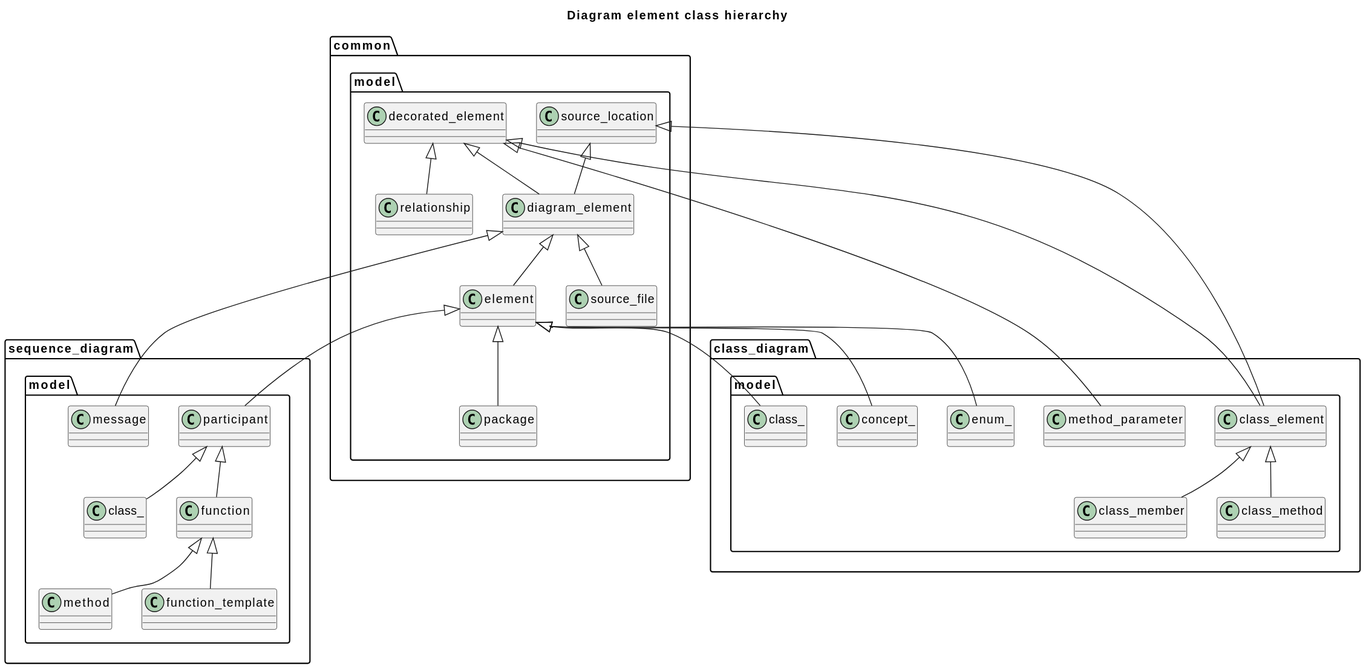
bkryza/clang-uml-examples keeps this PlantUML diagram as clang-uml/diagrams/diagram_element_hierarchy_class.svg. Above is the earlier version. The source it was exported from:
```plantuml
@startuml
title Diagram element class hierarchy
package [common] as C_0000316605034920222648 {
package [model] as C_0000083721806430512831 {
class "decorated_element" as C_0001117102382624673118
class C_0001117102382624673118 [[classclanguml_1_1common_1_1model_1_1decorated__element.html{Base class for decorated diagram elements}]] {
__
}
class "source_location" as C_0000895261582183440230
class C_0000895261582183440230 [[classclanguml_1_1common_1_1model_1_1source__location.html{Base class of all diagram elements that have source location.}]] {
__
}
class "relationship" as C_0002046336758797367926
class C_0002046336758797367926 [[classclanguml_1_1common_1_1model_1_1relationship.html{Class representing any relationship other than inheritance}]] {
__
}
class "diagram_element" as C_0001073500714379115414
class C_0001073500714379115414 [[classclanguml_1_1common_1_1model_1_1diagram__element.html{Base class for standalone diagram elements.}]] {
__
}
class "element" as C_0002069520381434407937
class C_0002069520381434407937 [[classclanguml_1_1common_1_1model_1_1element.html{Base class for any element qualified by namespace.}]] {
__
}
class "source_file" as C_0000785714713072053129
class C_0000785714713072053129 [[classclanguml_1_1common_1_1model_1_1source__file.html{Diagram element representing some file or directory.}]] {
__
}
class "package" as C_0002143286684830686854
class C_0002143286684830686854 [[classclanguml_1_1common_1_1model_1_1package.html{Diagram element representing namespace or directory package}]] {
__
}
}
}
package [class_diagram] as C_0002240167036201725606 {
package [model] as C_0000897124234964432620 {
class "class_element" as C_0000605866861866358037
class C_0000605866861866358037 [[classclanguml_1_1class__diagram_1_1model_1_1class__element.html{Base class for class elements (e.g. member or method).}]] {
__
}
class "class_member" as C_0001796282762108527255
class C_0001796282762108527255 [[classclanguml_1_1class__diagram_1_1model_1_1class__member.html{Class member model.}]] {
__
}
class "method_parameter" as C_0000605669033368926050
class C_0000605669033368926050 [[classclanguml_1_1class__diagram_1_1model_1_1method__parameter.html{Model of a method parameter.}]] {
__
}
class "class_method" as C_0000204145716468348671
class C_0000204145716468348671 [[classclanguml_1_1class__diagram_1_1model_1_1class__method.html{Class method model.}]] {
__
}
class "class_" as C_0001292034357466653182
class C_0001292034357466653182 [[classclanguml_1_1class__diagram_1_1model_1_1class__.html{Diagram element representing a class or class template.}]] {
__
}
class "enum_" as C_0000724392977093650506
class C_0000724392977093650506 [[classclanguml_1_1class__diagram_1_1model_1_1enum__.html{enum_}]] {
__
}
class "concept_" as C_0001374849051752224500
class C_0001374849051752224500 [[classclanguml_1_1class__diagram_1_1model_1_1concept__.html{Model of C++ concept.}]] {
__
}
}
}
package [sequence_diagram] as C_0001521862840957629236 {
package [model] as C_0002206969880830639264 {
class "participant" as C_0001400215772842495226
class C_0001400215772842495226 [[structclanguml_1_1sequence__diagram_1_1model_1_1participant.html{Base class for various types of sequence diagram participants}]] {
__
}
class "class_" as C_0000885514871619471610
class C_0000885514871619471610 [[structclanguml_1_1sequence__diagram_1_1model_1_1class__.html{Sequence diagram participant representing a class.}]] {
__
}
class "function" as C_0000232638456031681828
class C_0000232638456031681828 [[structclanguml_1_1sequence__diagram_1_1model_1_1function.html{Participant mode representing a free function.}]] {
__
}
class "method" as C_0000817665972547784504
class C_0000817665972547784504 [[structclanguml_1_1sequence__diagram_1_1model_1_1method.html{Participant model representing a method}]] {
__
}
class "function_template" as C_0002280191967493310558
class C_0002280191967493310558 [[structclanguml_1_1sequence__diagram_1_1model_1_1function__template.html{Participant model representing a function template.}]] {
__
}
class "message" as C_0002228653068706235818
class C_0002228653068706235818 [[classclanguml_1_1sequence__diagram_1_1model_1_1message.html{Model of a sequence diagram message.}]] {
__
}
}
}
C_0001117102382624673118 <|-- C_0002046336758797367926
C_0001117102382624673118 <|-- C_0001073500714379115414
C_0000895261582183440230 <|-- C_0001073500714379115414
C_0001073500714379115414 <|-- C_0002069520381434407937
C_0001073500714379115414 <|-- C_0000785714713072053129
C_0002069520381434407937 <|-- C_0002143286684830686854
C_0001117102382624673118 <|-- C_0000605866861866358037
C_0000895261582183440230 <|-- C_0000605866861866358037
C_0000605866861866358037 <|-- C_0001796282762108527255
C_0001117102382624673118 <|-- C_0000605669033368926050
C_0000605866861866358037 <|-- C_0000204145716468348671
C_0002069520381434407937 <|-- C_0001292034357466653182
C_0002069520381434407937 <|-- C_0000724392977093650506
C_0002069520381434407937 <|-- C_0001374849051752224500
C_0002069520381434407937 <|-- C_0001400215772842495226
C_0001400215772842495226 <|-- C_0000885514871619471610
C_0001400215772842495226 <|-- C_0000232638456031681828
C_0000232638456031681828 <|-- C_0000817665972547784504
C_0000232638456031681828 <|-- C_0002280191967493310558
C_0001073500714379115414 <|-- C_0002228653068706235818

@enduml
```
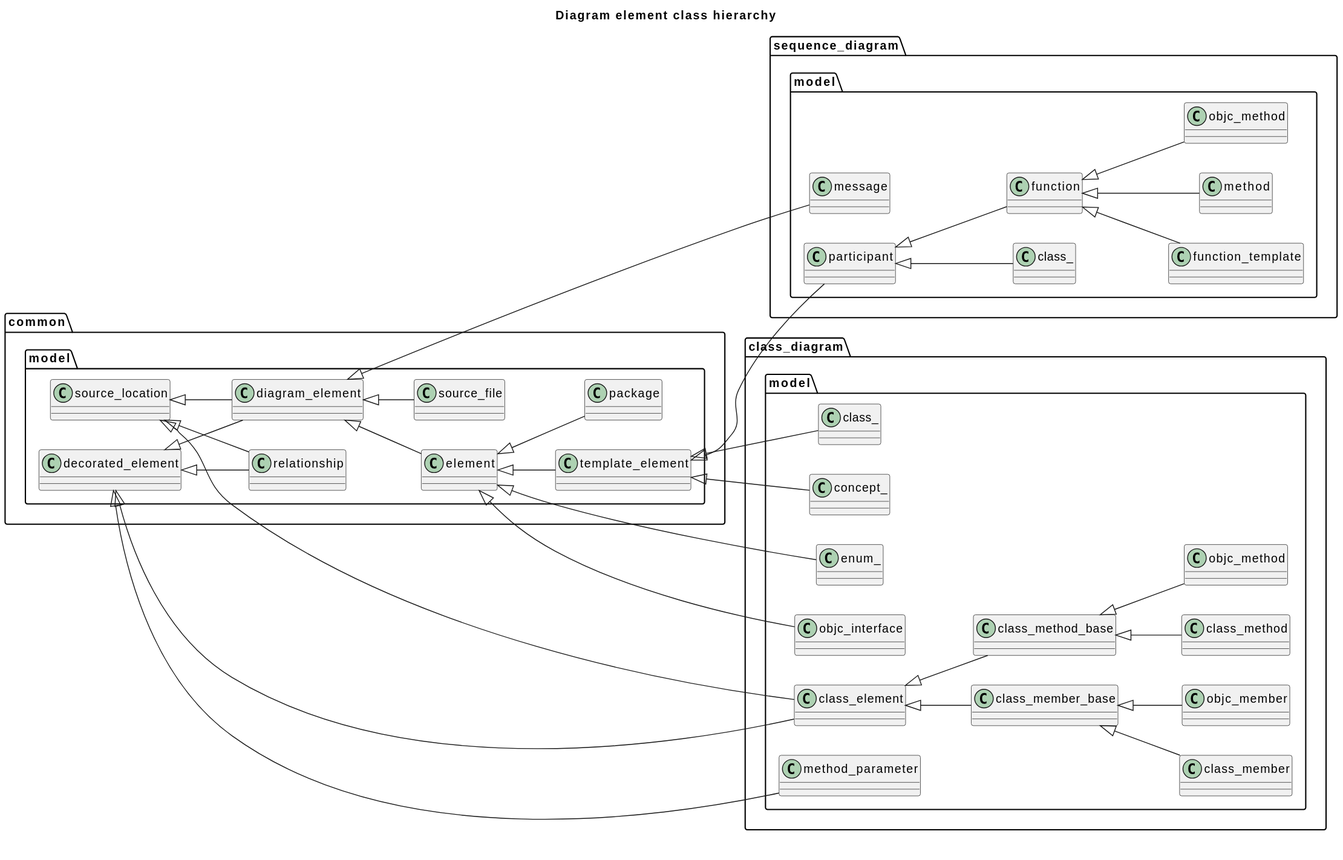
Above is the later version.

The edit, as a diff of the source:
```diff
@@ -1,116 +1,153 @@
 @startuml
 title Diagram element class hierarchy
-package [common] as C_0000316605034920222648 {
-package [model] as C_0000083721806430512831 {
-class "decorated_element" as C_0001117102382624673118
-class C_0001117102382624673118 [[classclanguml_1_1common_1_1model_1_1decorated__element.html{Base class for decorated diagram elements}]] {
+left to right direction
+package [common] as C_0002532840279361781187 {
+package [model] as C_0000669774451444102653 {
+class "source_location" as C_0007162092657467521843
+class C_0007162092657467521843 [[classclanguml_1_1common_1_1model_1_1source__location.html{Base class of all diagram elements that have source location.}]] {
 __
 }
-class "source_location" as C_0000895261582183440230
-class C_0000895261582183440230 [[classclanguml_1_1common_1_1model_1_1source__location.html{Base class of all diagram elements that have source location.}]] {
+class "decorated_element" as C_0008936819060997384951
+class C_0008936819060997384951 [[classclanguml_1_1common_1_1model_1_1decorated__element.html{Base class for decorated diagram elements}]] {
 __
 }
-class "relationship" as C_0002046336758797367926
-class C_0002046336758797367926 [[classclanguml_1_1common_1_1model_1_1relationship.html{Class representing any relationship other than inheritance}]] {
+class "relationship" as C_0016370694070378943411
+class C_0016370694070378943411 [[classclanguml_1_1common_1_1model_1_1relationship.html{Class representing any relationship other than inheritance}]] {
 __
 }
-class "diagram_element" as C_0001073500714379115414
-class C_0001073500714379115414 [[classclanguml_1_1common_1_1model_1_1diagram__element.html{Base class for standalone diagram elements.}]] {
+class "diagram_element" as C_0008588005715032923314
+class C_0008588005715032923314 [[classclanguml_1_1common_1_1model_1_1diagram__element.html{Base class for standalone diagram elements.}]] {
 __
 }
-class "element" as C_0002069520381434407937
-class C_0002069520381434407937 [[classclanguml_1_1common_1_1model_1_1element.html{Base class for any element qualified by namespace.}]] {
+class "element" as C_0016556163051475263500
+class C_0016556163051475263500 [[classclanguml_1_1common_1_1model_1_1element.html{Base class for any element qualified by namespace.}]] {
 __
 }
-class "source_file" as C_0000785714713072053129
-class C_0000785714713072053129 [[classclanguml_1_1common_1_1model_1_1source__file.html{Diagram element representing some file or directory.}]] {
+class "template_element" as C_0013384831159811298387
+class C_0013384831159811298387 [[classclanguml_1_1common_1_1model_1_1template__element.html{Base class for any element qualified by namespace.}]] {
 __
 }
-class "package" as C_0002143286684830686854
-class C_0002143286684830686854 [[classclanguml_1_1common_1_1model_1_1package.html{Diagram element representing namespace or directory package}]] {
+class "source_file" as C_0006285717704576425038
+class C_0006285717704576425038 [[classclanguml_1_1common_1_1model_1_1source__file.html{Diagram element representing some file or directory.}]] {
+__
+}
+class "package" as C_0017146293478645494837
+class C_0017146293478645494837 [[classclanguml_1_1common_1_1model_1_1package.html{Diagram element representing namespace or directory package}]] {
 __
 }
 }
 }
-package [class_diagram] as C_0002240167036201725606 {
-package [model] as C_0000897124234964432620 {
-class "class_element" as C_0000605866861866358037
-class C_0000605866861866358037 [[classclanguml_1_1class__diagram_1_1model_1_1class__element.html{Base class for class elements (e.g. member or method).}]] {
+package [class_diagram] as C_0017921336289613804855 {
+package [model] as C_0007176993879715460962 {
+class "class_element" as C_0004846934894930864299
+class C_0004846934894930864299 [[classclanguml_1_1class__diagram_1_1model_1_1class__element.html{Base class for class elements (e.g. member or method).}]] {
 __
 }
-class "class_member" as C_0001796282762108527255
-class C_0001796282762108527255 [[classclanguml_1_1class__diagram_1_1model_1_1class__member.html{Class member model.}]] {
+class "class_member_base" as C_0014241292626575163322
+class C_0014241292626575163322 [[classclanguml_1_1class__diagram_1_1model_1_1class__member__base.html{Generic class member model.}]] {
 __
 }
-class "method_parameter" as C_0000605669033368926050
-class C_0000605669033368926050 [[classclanguml_1_1class__diagram_1_1model_1_1method__parameter.html{Model of a method parameter.}]] {
+class "class_member" as C_0014370262096868218046
+class C_0014370262096868218046 [[classclanguml_1_1class__diagram_1_1model_1_1class__member.html{Class member model.}]] {
 __
 }
-class "class_method" as C_0000204145716468348671
-class C_0000204145716468348671 [[classclanguml_1_1class__diagram_1_1model_1_1class__method.html{Class method model.}]] {
+class "method_parameter" as C_0004845352266951408403
+class C_0004845352266951408403 [[classclanguml_1_1class__diagram_1_1model_1_1method__parameter.html{Model of a method parameter.}]] {
 __
 }
-class "class_" as C_0001292034357466653182
-class C_0001292034357466653182 [[classclanguml_1_1class__diagram_1_1model_1_1class__.html{Diagram element representing a class or class template.}]] {
+class "class_method_base" as C_0018032026899693266441
+class C_0018032026899693266441 [[classclanguml_1_1class__diagram_1_1model_1_1class__method__base.html{Class method model.}]] {
 __
 }
-class "enum_" as C_0000724392977093650506
-class C_0000724392977093650506 [[classclanguml_1_1class__diagram_1_1model_1_1enum__.html{enum_}]] {
+class "class_method" as C_0001633165731746789371
+class C_0001633165731746789371 [[classclanguml_1_1class__diagram_1_1model_1_1class__method.html{Class method model.}]] {
 __
 }
-class "concept_" as C_0001374849051752224500
-class C_0001374849051752224500 [[classclanguml_1_1class__diagram_1_1model_1_1concept__.html{Model of C++ concept.}]] {
+class "class_" as C_0010336274859733225462
+class C_0010336274859733225462 [[classclanguml_1_1class__diagram_1_1model_1_1class__.html{Diagram element representing a class or class template.}]] {
+__
+}
+class "concept_" as C_0010998792414017796003
+class C_0010998792414017796003 [[classclanguml_1_1class__diagram_1_1model_1_1concept__.html{Model of C++ concept.}]] {
+__
+}
+class "enum_" as C_0005795143816749204050
+class C_0005795143816749204050 [[classclanguml_1_1class__diagram_1_1model_1_1enum__.html{Diagram element representing an enum.}]] {
+__
+}
+class "objc_member" as C_0007364672229966928495
+class C_0007364672229966928495 [[classclanguml_1_1class__diagram_1_1model_1_1objc__member.html{ObjC class member model.}]] {
+__
+}
+class "objc_method" as C_0002175636676684225778
+class C_0002175636676684225778 [[classclanguml_1_1class__diagram_1_1model_1_1objc__method.html{ObjC class method model.}]] {
+__
+}
+class "objc_interface" as C_0010166346108406727066
+class C_0010166346108406727066 [[classclanguml_1_1class__diagram_1_1model_1_1objc__interface.html{Diagram element representing an ObjC interface.}]] {
 __
 }
 }
 }
-package [sequence_diagram] as C_0001521862840957629236 {
-package [model] as C_0002206969880830639264 {
-class "participant" as C_0001400215772842495226
-class C_0001400215772842495226 [[structclanguml_1_1sequence__diagram_1_1model_1_1participant.html{Base class for various types of sequence diagram participants}]] {
+package [sequence_diagram] as C_0012174902727661033893 {
+package [model] as C_0017655759046645114118 {
+class "participant" as C_0011201726182739961811
+class C_0011201726182739961811 [[structclanguml_1_1sequence__diagram_1_1model_1_1participant.html{Base class for various types of sequence diagram participants}]] {
 __
 }
-class "class_" as C_0000885514871619471610
-class C_0000885514871619471610 [[structclanguml_1_1sequence__diagram_1_1model_1_1class__.html{Sequence diagram participant representing a class.}]] {
+class "class_" as C_0007084118972955772881
+class C_0007084118972955772881 [[structclanguml_1_1sequence__diagram_1_1model_1_1class__.html{Sequence diagram participant representing a class.}]] {
 __
 }
-class "function" as C_0000232638456031681828
-class C_0000232638456031681828 [[structclanguml_1_1sequence__diagram_1_1model_1_1function.html{Participant mode representing a free function.}]] {
+class "function" as C_0001861107648253454629
+class C_0001861107648253454629 [[structclanguml_1_1sequence__diagram_1_1model_1_1function.html{Participant mode representing a free function.}]] {
 __
 }
-class "method" as C_0000817665972547784504
-class C_0000817665972547784504 [[structclanguml_1_1sequence__diagram_1_1model_1_1method.html{Participant model representing a method}]] {
+class "method" as C_0006541327780382276039
+class C_0006541327780382276039 [[structclanguml_1_1sequence__diagram_1_1model_1_1method.html{Participant model representing a method}]] {
 __
 }
-class "function_template" as C_0002280191967493310558
-class C_0002280191967493310558 [[structclanguml_1_1sequence__diagram_1_1model_1_1function__template.html{Participant model representing a function template.}]] {
+class "objc_method" as C_0013742559556936917396
+class C_0013742559556936917396 [[structclanguml_1_1sequence__diagram_1_1model_1_1objc__method.html{objc_method}]] {
 __
 }
-class "message" as C_0002228653068706235818
-class C_0002228653068706235818 [[classclanguml_1_1sequence__diagram_1_1model_1_1message.html{Model of a sequence diagram message.}]] {
+class "function_template" as C_0018241535739946484465
+class C_0018241535739946484465 [[structclanguml_1_1sequence__diagram_1_1model_1_1function__template.html{Participant model representing a function template.}]] {
+__
+}
+class "message" as C_0017829224549649886549
+class C_0017829224549649886549 [[classclanguml_1_1sequence__diagram_1_1model_1_1message.html{Model of a sequence diagram message.}]] {
 __
 }
 }
 }
-C_0001117102382624673118 <|-- C_0002046336758797367926
-C_0001117102382624673118 <|-- C_0001073500714379115414
-C_0000895261582183440230 <|-- C_0001073500714379115414
-C_0001073500714379115414 <|-- C_0002069520381434407937
-C_0001073500714379115414 <|-- C_0000785714713072053129
-C_0002069520381434407937 <|-- C_0002143286684830686854
-C_0001117102382624673118 <|-- C_0000605866861866358037
-C_0000895261582183440230 <|-- C_0000605866861866358037
-C_0000605866861866358037 <|-- C_0001796282762108527255
-C_0001117102382624673118 <|-- C_0000605669033368926050
-C_0000605866861866358037 <|-- C_0000204145716468348671
-C_0002069520381434407937 <|-- C_0001292034357466653182
-C_0002069520381434407937 <|-- C_0000724392977093650506
-C_0002069520381434407937 <|-- C_0001374849051752224500
-C_0002069520381434407937 <|-- C_0001400215772842495226
-C_0001400215772842495226 <|-- C_0000885514871619471610
-C_0001400215772842495226 <|-- C_0000232638456031681828
-C_0000232638456031681828 <|-- C_0000817665972547784504
-C_0000232638456031681828 <|-- C_0002280191967493310558
-C_0001073500714379115414 <|-- C_0002228653068706235818
+C_0008936819060997384951 <|-- C_0016370694070378943411
+C_0007162092657467521843 <|-- C_0016370694070378943411
+C_0008936819060997384951 <|-- C_0008588005715032923314
+C_0007162092657467521843 <|-- C_0008588005715032923314
+C_0008588005715032923314 <|-- C_0016556163051475263500
+C_0016556163051475263500 <|-- C_0013384831159811298387
+C_0008588005715032923314 <|-- C_0006285717704576425038
+C_0016556163051475263500 <|-- C_0017146293478645494837
+C_0008936819060997384951 <|-- C_0004846934894930864299
+C_0007162092657467521843 <|-- C_0004846934894930864299
+C_0004846934894930864299 <|-- C_0014241292626575163322
+C_0014241292626575163322 <|-- C_0014370262096868218046
+C_0008936819060997384951 <|-- C_0004845352266951408403
+C_0004846934894930864299 <|-- C_0018032026899693266441
+C_0018032026899693266441 <|-- C_0001633165731746789371
+C_0013384831159811298387 <|-- C_0010336274859733225462
+C_0013384831159811298387 <|-- C_0010998792414017796003
+C_0016556163051475263500 <|-- C_0005795143816749204050
+C_0014241292626575163322 <|-- C_0007364672229966928495
+C_0018032026899693266441 <|-- C_0002175636676684225778
+C_0016556163051475263500 <|-- C_0010166346108406727066
+C_0013384831159811298387 <|-- C_0011201726182739961811
+C_0011201726182739961811 <|-- C_0007084118972955772881
+C_0011201726182739961811 <|-- C_0001861107648253454629
+C_0001861107648253454629 <|-- C_0006541327780382276039
+C_0001861107648253454629 <|-- C_0013742559556936917396
+C_0001861107648253454629 <|-- C_0018241535739946484465
+C_0008588005715032923314 <|-- C_0017829224549649886549
 
 @enduml
```
